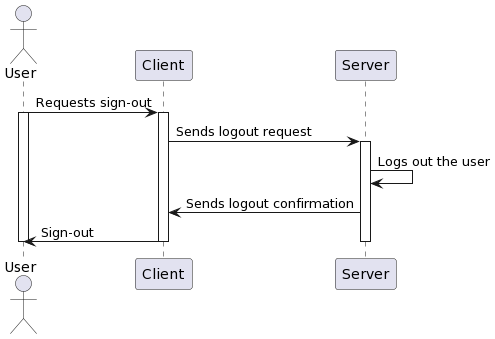
Earlier version of the PlantUML export Lab 1/Lab 1.2/sequence_diagram/sign_out/sign_out.png (H1eu69/SE357-Pratice-class). Source of this version:
```plantuml
@startuml
actor User
participant "Client" as C
participant "Server" as S

User -> C: Requests sign-out
activate User
activate C

C -> S: Sends logout request
activate S

S -> S: Logs out the user
S -> C: Sends logout confirmation
C -> User: Sign-out

deactivate User
deactivate C
deactivate S
@enduml
```
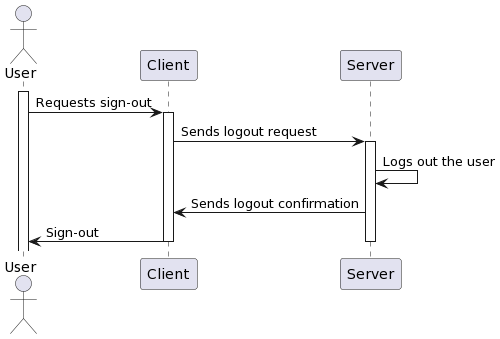
The same file after the commit.

What changed in the source:
```diff
@@ -3,8 +3,8 @@
 participant "Client" as C
 participant "Server" as S
 
+activate User
 User -> C: Requests sign-out
-activate User
 activate C
 
 C -> S: Sends logout request
@@ -14,7 +14,6 @@
 S -> C: Sends logout confirmation
 C -> User: Sign-out
 
-deactivate User
 deactivate C
 deactivate S
 @enduml
```
